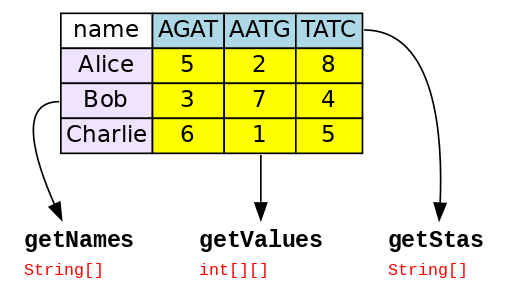
This is problems/profiler/images/table.png from hanze-hbo-ict/OOP, a Graphviz export, as it was before one commit. Its source is kept beside it as problems/profiler/images/table.dot. Source of this version:
```dot
digraph {


    node [shape=plaintext];

    tbl [
        fontname="Sans serif"
        fontsize="14"
        shape=plaintext
        label=<

        <table border="0" cellborder="1" cellspacing="0">
            <tr>
                <td>name</td>
                <td bgcolor="lightblue">AGAT</td>
                <td bgcolor="lightblue">AATG</td>
                <td bgcolor="lightblue" port="stas">TATC</td>
            </tr>
            <tr>
                <td bgcolor="#f0e3ff">Alice</td>
                <td bgcolor="yellow">5</td>
                <td bgcolor="yellow">2</td>
                <td bgcolor="yellow">8</td>
            </tr>
            <tr>
                <td bgcolor="#f0e3ff" port="names">Bob</td>
                <td bgcolor="yellow">3</td>
                <td bgcolor="yellow">7</td>
                <td bgcolor="yellow">4</td>
            </tr>
            <tr>
                <td bgcolor="#f0e3ff">Charlie</td>
                <td bgcolor="yellow">6</td>
                <td bgcolor="yellow" port="values">1</td>
                <td bgcolor="yellow">5</td>
            </tr>
        </table>

    >];

    get_names [
        fontname="Courier New, Courier"
        fontsize="14"
        label=<

        <table border="0" cellborder="0" cellspacing="0">
            <tr><td align="left"><b>getNames</b></td></tr>
            <tr><td align="left"><font color="red" point-size="10">String[]</font></td></tr>
        </table>

    >];

    get_values [
        fontname="Courier New, Courier"
        fontsize="14"
        label=<

        <table border="0" cellborder="0" cellspacing="0">
            <tr><td align="left"><b>getValues</b></td></tr>
            <tr><td align="left"><font color="red" point-size="10">int[][]</font></td></tr>
        </table>

    >];

    get_stas [
        fontname="Courier New, Courier"
        fontsize="14"
        label=<

        <table border="0" cellborder="0" cellspacing="0">
            <tr><td align="left"><b>getStas</b></td></tr>
            <tr><td align="left"><font color="red" point-size="10">String[]</font></td></tr>
        </table>

    >];

    tbl:names -> get_names;
    tbl:values -> get_values
    tbl:stas -> get_stas
}
```
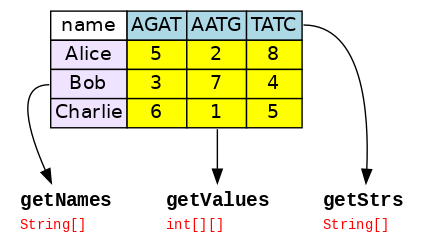
After the commit.

What changed in the source:
```diff
@@ -62,13 +62,13 @@
 
     >];
 
-    get_stas [
+    get_strs [
         fontname="Courier New, Courier"
         fontsize="14"
         label=<
 
         <table border="0" cellborder="0" cellspacing="0">
-            <tr><td align="left"><b>getStas</b></td></tr>
+            <tr><td align="left"><b>getStrs</b></td></tr>
             <tr><td align="left"><font color="red" point-size="10">String[]</font></td></tr>
         </table>
 
@@ -76,5 +76,5 @@
 
     tbl:names -> get_names;
     tbl:values -> get_values
-    tbl:stas -> get_stas
+    tbl:stas -> get_strs
 }
```
